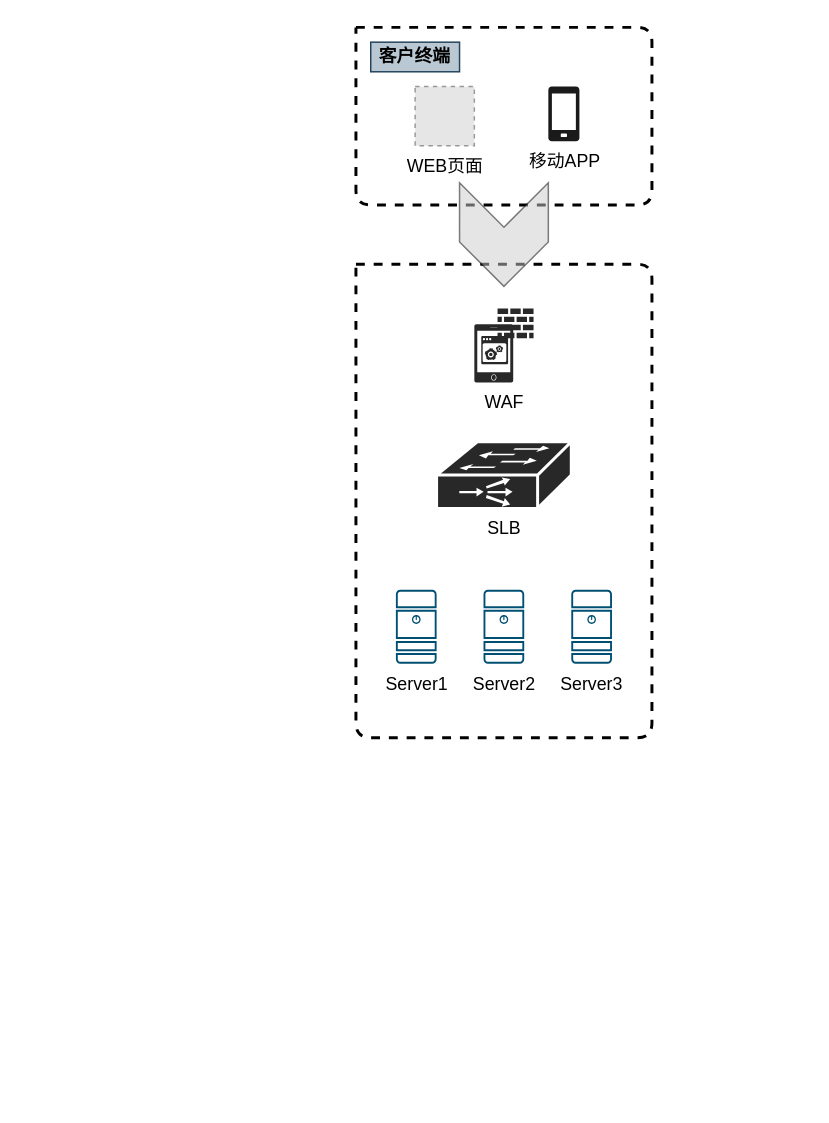
The draw.io diagram btc-map.drawio in yiuked/diagram, before the edit. Source tidied: cells renumbered, new cells numbered last; positions are measured from the earlier drawing's top-left corner, leaving out a move shared by most shapes. Both pictures are drawn from the tidied source at 148%, with x=0, y=0 at pixel (355, 27). Pictures stored in the file or linked from it are replaced by grey dashed boxes.
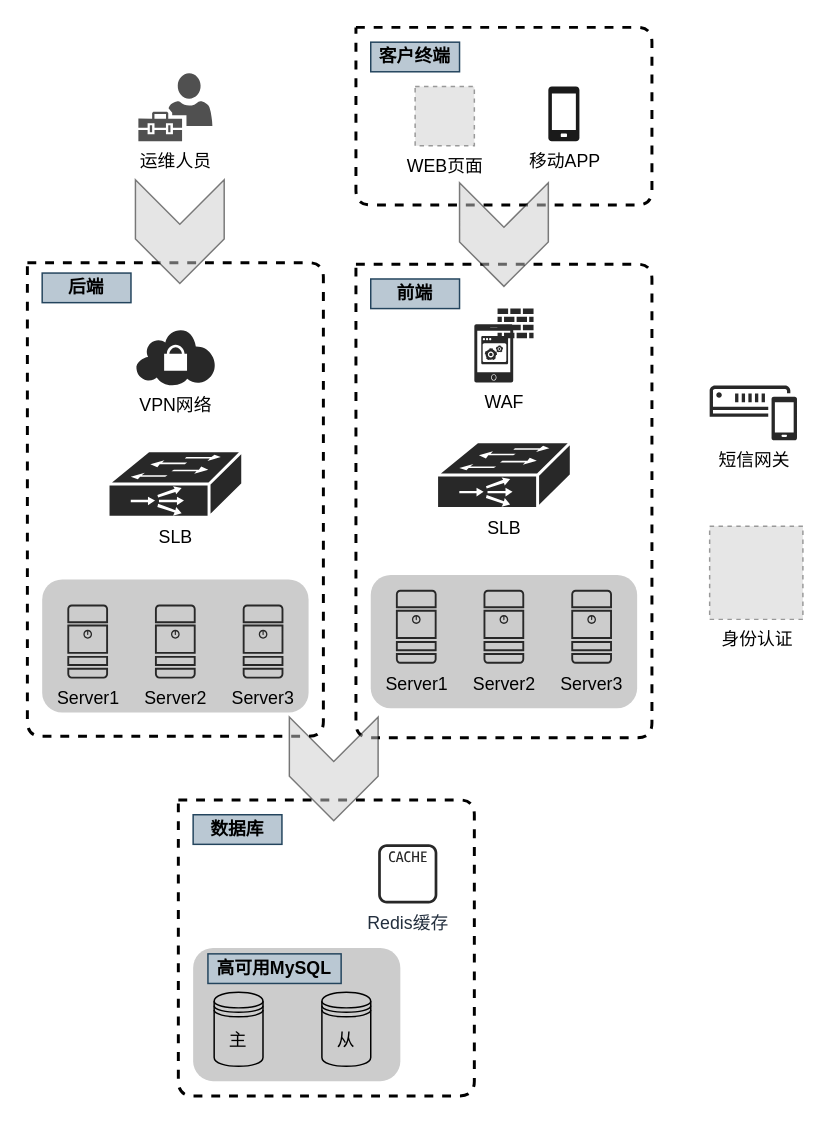
The same diagram, later.

What changed in the source:
```diff
@@
+    <mxCell id="13" style="rounded=1;whiteSpace=wrap;html=1;fillColor=#CCCCCC;strokeColor=none;" parent="1" vertex="1">
+      <mxGeometry x="10" y="370" width="180" height="90" as="geometry" />
+    </mxCell>
+    <mxCell id="14" style="rounded=1;whiteSpace=wrap;html=1;strokeColor=none;fillColor=#CCCCCC;" parent="1" vertex="1">
+      <mxGeometry x="-110" y="622" width="140" height="90" as="geometry" />
+    </mxCell>
@@
-    <mxCell id="10" value="Server1" style="verticalLabelPosition=bottom;html=1;verticalAlign=top;align=center;shape=mxgraph.cisco19.server;fillColor=#005073;strokeColor=none;" parent="1" vertex="1">
+    <mxCell id="10" value="Server1" style="verticalLabelPosition=bottom;html=1;verticalAlign=top;align=center;shape=mxgraph.cisco19.server;strokeColor=none;fillColor=#282828;" parent="1" vertex="1">
       <mxGeometry x="27" y="380" width="27.5" height="50" as="geometry" />
     </mxCell>
-    <mxCell id="11" value="Server2" style="verticalLabelPosition=bottom;html=1;verticalAlign=top;align=center;shape=mxgraph.cisco19.server;fillColor=#005073;strokeColor=none;" parent="1" vertex="1">
+    <mxCell id="11" value="Server2" style="verticalLabelPosition=bottom;html=1;verticalAlign=top;align=center;shape=mxgraph.cisco19.server;strokeColor=none;fillColor=#282828;" parent="1" vertex="1">
       <mxGeometry x="86.2" y="380" width="27.5" height="50" as="geometry" />
     </mxCell>
-    <mxCell id="12" value="Server3" style="verticalLabelPosition=bottom;html=1;verticalAlign=top;align=center;shape=mxgraph.cisco19.server;fillColor=#005073;strokeColor=none;" parent="1" vertex="1">
+    <mxCell id="12" value="Server3" style="verticalLabelPosition=bottom;html=1;verticalAlign=top;align=center;shape=mxgraph.cisco19.server;strokeColor=none;fillColor=#282828;" parent="1" vertex="1">
       <mxGeometry x="145.5" y="380" width="27.5" height="50" as="geometry" />
     </mxCell>
+    <mxCell id="15" value="前端" style="text;html=1;strokeColor=#23445d;fillColor=#bac8d3;align=center;verticalAlign=middle;whiteSpace=wrap;rounded=0;fontStyle=1;" parent="1" vertex="1">
+      <mxGeometry x="10" y="170" width="60" height="20" as="geometry" />
+    </mxCell>
+    <mxCell id="16" style="endArrow=none;dashed=1;html=1;strokeWidth=2;" parent="1" edge="1">
+      <mxGeometry relative="1" as="geometry">
+        <mxPoint x="-120" y="522" as="sourcePoint" />
+        <mxPoint x="-120" y="522" as="targetPoint" />
+        <Array as="points">
+          <mxPoint x="80" y="522" />
+          <mxPoint x="80" y="722" />
+          <mxPoint x="-120" y="722" />
+        </Array>
+      </mxGeometry>
+    </mxCell>
+    <mxCell id="17" value="数据库" style="text;html=1;strokeColor=#23445d;fillColor=#bac8d3;align=center;verticalAlign=middle;whiteSpace=wrap;rounded=0;fontStyle=1;" parent="1" vertex="1">
+      <mxGeometry x="-110" y="532" width="60" height="20" as="geometry" />
+    </mxCell>
+    <mxCell id="18" value="Redis缓存" style="fontColor=#232F3E;gradientColor=none;strokeColor=none;dashed=0;verticalLabelPosition=bottom;verticalAlign=top;align=center;html=1;fontSize=12;fontStyle=0;shape=mxgraph.aws4.cache_node;fillColor=#282828;" parent="1" vertex="1">
+      <mxGeometry x="15" y="552" width="40" height="40" as="geometry" />
+    </mxCell>
+    <mxCell id="19" value="主" style="shape=datastore;whiteSpace=wrap;html=1;fillColor=none;" parent="1" vertex="1">
+      <mxGeometry x="-95.8" y="652" width="33" height="50" as="geometry" />
+    </mxCell>
+    <mxCell id="20" value="从" style="shape=datastore;whiteSpace=wrap;html=1;fillColor=none;" parent="1" vertex="1">
+      <mxGeometry x="-23" y="652" width="33" height="50" as="geometry" />
+    </mxCell>
+    <mxCell id="21" value="高可用MySQL" style="text;html=1;strokeColor=#23445d;fillColor=#bac8d3;align=center;verticalAlign=middle;whiteSpace=wrap;rounded=0;fontStyle=1;" parent="1" vertex="1">
+      <mxGeometry x="-100" y="626" width="90" height="20" as="geometry" />
+    </mxCell>
+    <mxCell id="22" style="endArrow=none;dashed=1;html=1;strokeWidth=2;" parent="1" edge="1">
+      <mxGeometry relative="1" as="geometry">
+        <mxPoint x="-222" y="159" as="sourcePoint" />
+        <mxPoint x="-222" y="159" as="targetPoint" />
+        <Array as="points">
+          <mxPoint x="-22" y="159" />
+          <mxPoint x="-22" y="479" />
+          <mxPoint x="-222" y="479" />
+        </Array>
+      </mxGeometry>
+    </mxCell>
+    <mxCell id="23" value="后端" style="text;html=1;strokeColor=#23445d;fillColor=#bac8d3;align=center;verticalAlign=middle;whiteSpace=wrap;rounded=0;fontStyle=1;" parent="1" vertex="1">
+      <mxGeometry x="-212" y="166" width="60" height="20" as="geometry" />
+    </mxCell>
+    <mxCell id="24" value="运维人员" style="shadow=0;dashed=0;html=1;strokeColor=none;labelPosition=center;verticalLabelPosition=bottom;verticalAlign=top;align=center;fillColor=#505050;shape=mxgraph.mscae.intune.user_management;" parent="1" vertex="1">
+      <mxGeometry x="-147" y="31" width="50" height="46" as="geometry" />
+    </mxCell>
+    <mxCell id="25" value="VPN网络" style="shadow=0;dashed=0;html=1;strokeColor=none;labelPosition=center;verticalLabelPosition=bottom;verticalAlign=top;align=center;shape=mxgraph.veeam.vpn;fillColor=#282828;" parent="1" vertex="1">
+      <mxGeometry x="-149" y="204" width="54" height="38" as="geometry" />
+    </mxCell>
+    <mxCell id="26" value="SLB" style="shape=mxgraph.cisco.misc.ios_slb;html=1;dashed=0;strokeColor=#ffffff;strokeWidth=2;verticalLabelPosition=bottom;verticalAlign=top;fillColor=#282828;" parent="1" vertex="1">
+      <mxGeometry x="-167.5" y="286" width="91" height="45" as="geometry" />
+    </mxCell>
+    <mxCell id="27" style="rounded=1;whiteSpace=wrap;html=1;fillColor=#CCCCCC;strokeColor=none;" parent="1" vertex="1">
+      <mxGeometry x="-212" y="373" width="180" height="90" as="geometry" />
+    </mxCell>
+    <mxCell id="28" value="Server1" style="verticalLabelPosition=bottom;html=1;verticalAlign=top;align=center;shape=mxgraph.cisco19.server;strokeColor=none;fillColor=#282828;" parent="1" vertex="1">
+      <mxGeometry x="-195" y="390" width="27.5" height="50" as="geometry" />
+    </mxCell>
+    <mxCell id="29" value="Server2" style="verticalLabelPosition=bottom;html=1;verticalAlign=top;align=center;shape=mxgraph.cisco19.server;strokeColor=none;fillColor=#282828;" parent="1" vertex="1">
+      <mxGeometry x="-135.8" y="390" width="27.5" height="50" as="geometry" />
+    </mxCell>
+    <mxCell id="30" value="Server3" style="verticalLabelPosition=bottom;html=1;verticalAlign=top;align=center;shape=mxgraph.cisco19.server;strokeColor=none;fillColor=#282828;" parent="1" vertex="1">
+      <mxGeometry x="-76.5" y="390" width="27.5" height="50" as="geometry" />
+    </mxCell>
+    <mxCell id="31" style="html=1;shadow=0;dashed=0;align=center;verticalAlign=middle;shape=mxgraph.arrows2.arrow;dy=0;dx=30;notch=30;rotation=90;fillColor=#CCCCCC;opacity=50;" parent="1" vertex="1">
+      <mxGeometry x="-154" y="108" width="70" height="60" as="geometry" />
+    </mxCell>
+    <mxCell id="32" style="html=1;shadow=0;dashed=0;align=center;verticalAlign=middle;shape=mxgraph.arrows2.arrow;dy=0;dx=30;notch=30;rotation=90;fillColor=#CCCCCC;opacity=50;" parent="1" vertex="1">
+      <mxGeometry x="-50" y="471" width="70" height="60" as="geometry" />
+    </mxCell>
+    <mxCell id="33" value="短信网关" style="shadow=0;dashed=0;html=1;strokeColor=none;labelPosition=center;verticalLabelPosition=bottom;verticalAlign=top;align=center;shape=mxgraph.office.communications.sms_gateway;fillColor=#282828;" parent="1" vertex="1">
+      <mxGeometry x="239" y="242" width="59" height="37" as="geometry" />
+    </mxCell>
+    <mxCell id="34" value="身份认证" style="fillColor=#E6E6E6;strokeColor=#999999;dashed=1;html=1;verticalAlign=top;verticalLabelPosition=bottom;labelBackgroundColor=#ffffff;" parent="1" vertex="1">
+      <mxGeometry x="239" y="337" width="63" height="63" as="geometry" />
+    </mxCell>
```
